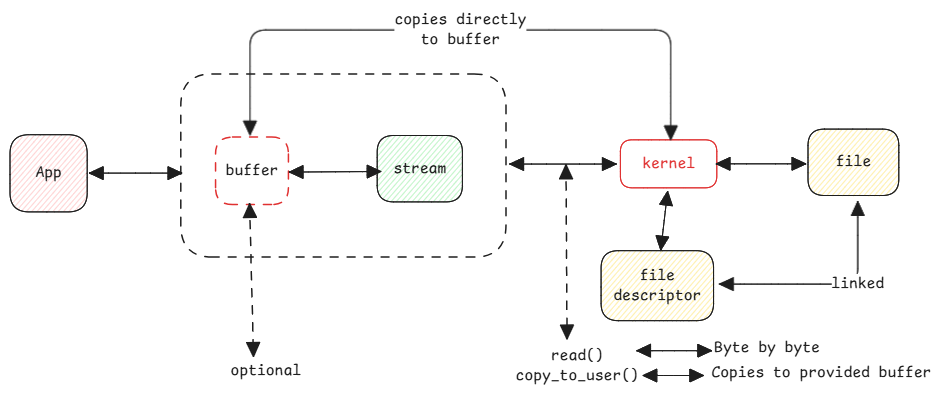
This is static/img/file-stream-buffer.excalidraw.png from swaroopar/inprogress-engineer, a Excalidraw export, as it was before one commit. Source tidied: one line per element, renumbered; positions are measured from the earlier drawing's top-left corner, leaving out a move shared by most shapes.
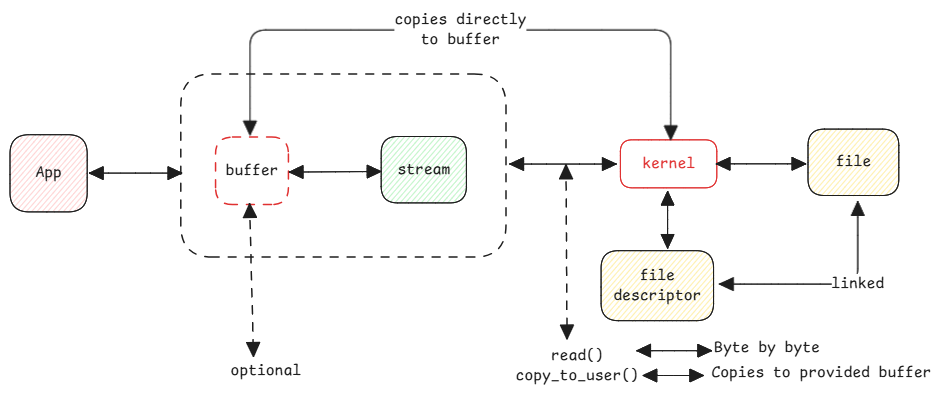
The same file after the commit.

What changed in the source:
```diff
@@ -1,7 +1,7 @@
 {"id": 0, "type": "rectangle", "strokeColor": "#1e1e1e", "backgroundColor": "#ffec99", "fillStyle": "hachure", "strokeWidth": 1, "roughness": 0, "round": true, "x": 798, "y": 150, "width": 91, "height": 66}
 {"id": 1, "type": "text", "text": "file", "strokeColor": "#1e1e1e", "strokeWidth": 2, "roughness": 1, "fontSize": 16, "fontFamily": 8, "textAlign": "center", "verticalAlign": "middle", "inside": 0, "x": 826, "y": 173, "width": 35, "height": 20}
-{"id": 2, "type": "rectangle", "strokeColor": "#1e1e1e", "backgroundColor": "#b2f2bb", "fillStyle": "hachure", "strokeWidth": 1, "roughness": 0, "round": true, "x": 367, "y": 156, "width": 85, "height": 66}
+{"id": 2, "type": "rectangle", "strokeColor": "#1e1e1e", "backgroundColor": "#b2f2bb", "fillStyle": "hachure", "strokeWidth": 1, "roughness": 0, "round": true, "x": 371, "y": 157, "width": 85, "height": 66}
-{"id": 3, "type": "text", "text": "stream", "strokeColor": "#1e1e1e", "strokeWidth": 2, "roughness": 1, "fontSize": 16, "fontFamily": 8, "textAlign": "center", "verticalAlign": "middle", "inside": 2, "x": 383, "y": 179, "width": 53, "height": 20}
+{"id": 3, "type": "text", "text": "stream", "strokeColor": "#1e1e1e", "strokeWidth": 2, "roughness": 1, "fontSize": 16, "fontFamily": 8, "textAlign": "center", "verticalAlign": "middle", "inside": 2, "x": 387, "y": 180, "width": 53, "height": 20}
 {"id": 4, "type": "rectangle", "strokeColor": "#e03131", "strokeWidth": 1, "strokeStyle": "dashed", "roughness": 0, "round": true, "x": 206, "y": 158, "width": 73, "height": 67}
 {"id": 5, "type": "text", "text": "buffer", "strokeColor": "#1e1e1e", "strokeWidth": 2, "roughness": 1, "fontSize": 16, "fontFamily": 8, "textAlign": "center", "verticalAlign": "middle", "inside": 4, "x": 216, "y": 181, "width": 53, "height": 20}
 {"id": 6, "type": "rectangle", "strokeColor": "#1e1e1e", "backgroundColor": "#ffc9c9", "fillStyle": "hachure", "strokeWidth": 1, "roughness": 0, "round": true, "x": 0, "y": 155, "width": 77, "height": 77}
@@ -19,7 +19,7 @@
 {"id": 18, "type": "text", "text": "copies directly\nto buffer", "strokeColor": "#1e1e1e", "strokeWidth": 1, "roughness": 0, "fontSize": 16, "fontFamily": 8, "textAlign": "center", "verticalAlign": "middle", "inside": 17, "x": 417, "y": 0, "width": 132, "height": 40}
 {"id": 19, "type": "rectangle", "strokeColor": "#1e1e1e", "backgroundColor": "#ffec99", "fillStyle": "hachure", "strokeWidth": 1, "roughness": 0, "round": true, "x": 591, "y": 271, "width": 112, "height": 70}
 {"id": 20, "type": "text", "text": "file\ndescriptor", "strokeColor": "#1e1e1e", "strokeWidth": 2, "roughness": 1, "fontSize": 16, "fontFamily": 8, "textAlign": "center", "verticalAlign": "middle", "inside": 19, "x": 603, "y": 286, "width": 88, "height": 40}
-{"id": 21, "type": "arrow", "strokeColor": "#1e1e1e", "strokeWidth": 1, "roughness": 0, "startArrowhead": "triangle", "endArrowhead": "triangle", "round": true, "to": 19, "x": 658, "y": 212, "width": 7, "height": 58, "points": [[0, 0], [-7, 58]]}
+{"id": 21, "type": "arrow", "strokeColor": "#1e1e1e", "strokeWidth": 1, "roughness": 0, "startArrowhead": "triangle", "endArrowhead": "triangle", "round": true, "from": 14, "x": 658, "y": 212, "width": 0, "height": 57, "points": [[0, 0], [0, 57]]}
 {"id": 22, "type": "arrow", "strokeColor": "#1e1e1e", "strokeWidth": 1, "roughness": 0, "startArrowhead": "triangle", "endArrowhead": "triangle", "from": 19, "to": 0, "x": 710, "y": 305, "width": 138, "height": 82, "points": [[0, 0], [138, 0], [138, -82]]}
 {"id": 23, "type": "text", "text": "linked", "strokeColor": "#1e1e1e", "strokeWidth": 1, "roughness": 0, "fontSize": 16, "fontFamily": 8, "textAlign": "center", "verticalAlign": "middle", "inside": 22, "x": 766, "y": 277, "width": 53, "height": 20}
 {"id": 24, "type": "text", "text": "read()\ncopy_to_user()", "strokeColor": "#1e1e1e", "strokeWidth": 1, "roughness": 0, "fontSize": 16, "fontFamily": 8, "textAlign": "center", "x": 506, "y": 366, "width": 123, "height": 40}
```
